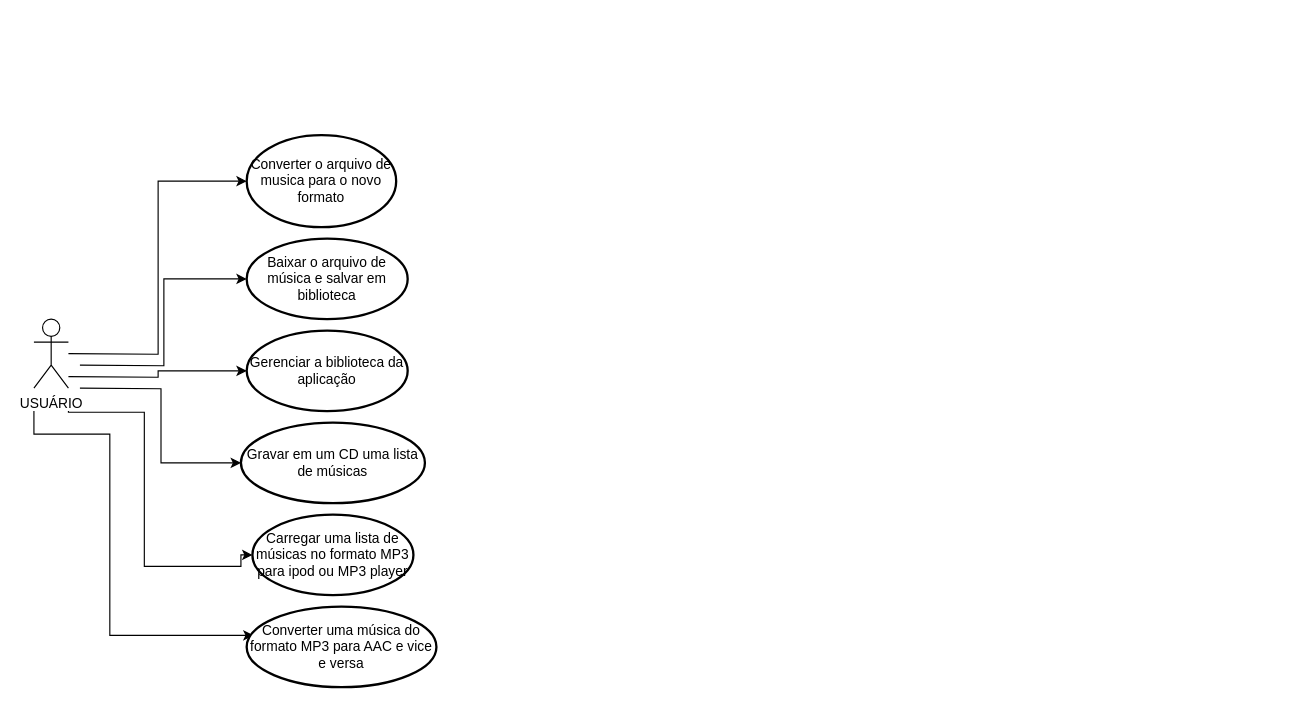
The draw.io diagram Diagrama sem nome.drawio in Valentethedev/Diagramas-drawio, before the edit. Source tidied: cells renumbered, new cells numbered last; positions are measured from the earlier drawing's top-left corner, leaving out a move shared by most shapes. Both pictures are drawn from the tidied source at 115%, with x=0, y=0 at pixel (33, 135).
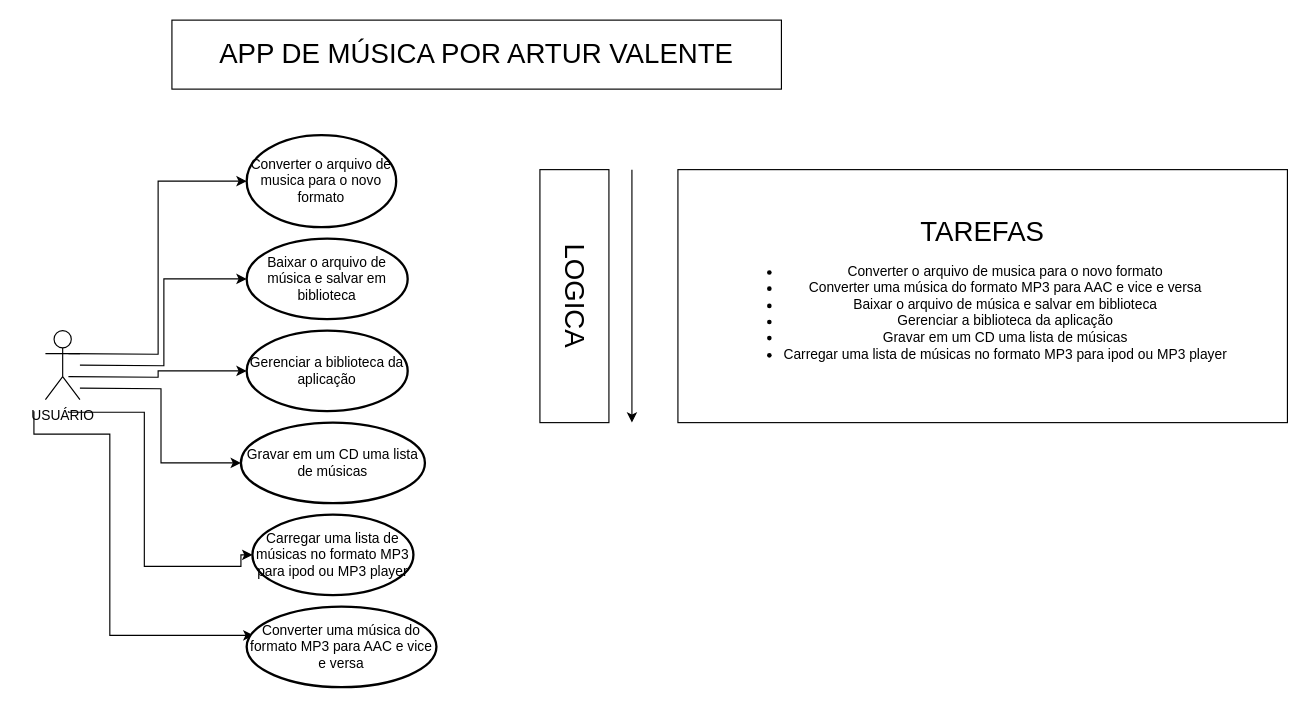
Above is the later version.

What changed in the source:
```diff
@@
-    <mxCell id="2" value="USUÁRIO" style="shape=umlActor;verticalLabelPosition=bottom;verticalAlign=top;html=1;" parent="1" vertex="1">
-      <mxGeometry y="160" width="30" height="60" as="geometry" />
-    </mxCell>
@@
+    <mxCell id="2" value="USUÁRIO" style="shape=umlActor;verticalLabelPosition=bottom;verticalAlign=top;html=1;" parent="1" vertex="1">
+      <mxGeometry x="10" y="170" width="30" height="60" as="geometry" />
+    </mxCell>
+    <mxCell id="15" value="&lt;font style=&quot;font-size: 24px;&quot;&gt;APP DE MÚSICA POR ARTUR VALENTE&lt;/font&gt;" style="rounded=0;whiteSpace=wrap;html=1;" parent="1" vertex="1">
+      <mxGeometry x="120" y="-100" width="530" height="60" as="geometry" />
+    </mxCell>
+    <mxCell id="16" value="&lt;div style=&quot;&quot;&gt;&lt;span style=&quot;font-size: 24px;&quot;&gt;TAREFAS&lt;/span&gt;&lt;/div&gt;&lt;div style=&quot;&quot;&gt;&lt;ul&gt;&lt;li&gt;Converter o arquivo de musica para o novo formato&lt;/li&gt;&lt;li&gt;Converter uma música do formato MP3 para AAC e vice e versa&lt;/li&gt;&lt;li&gt;Baixar o arquivo de música e salvar em biblioteca&lt;/li&gt;&lt;li&gt;Gerenciar a biblioteca da aplicação&lt;/li&gt;&lt;li&gt;Gravar em um CD uma lista de músicas&lt;/li&gt;&lt;li&gt;Carregar uma lista de músicas no formato MP3 para ipod ou MP3 player&lt;/li&gt;&lt;/ul&gt;&lt;/div&gt;" style="rounded=0;whiteSpace=wrap;html=1;" parent="1" vertex="1">
+      <mxGeometry x="560" y="30" width="530" height="220" as="geometry" />
+    </mxCell>
+    <mxCell id="17" value="&lt;span style=&quot;font-size: 24px;&quot;&gt;LOGICA&lt;/span&gt;" style="rounded=0;whiteSpace=wrap;html=1;rotation=90;" parent="1" vertex="1">
+      <mxGeometry x="360" y="110" width="220" height="60" as="geometry" />
+    </mxCell>
+    <mxCell id="18" style="endArrow=classic;html=1;rounded=0;" parent="1" edge="1">
+      <mxGeometry relative="1" as="geometry">
+        <mxPoint x="520" y="30" as="sourcePoint" />
+        <mxPoint x="520" y="250" as="targetPoint" />
+      </mxGeometry>
+    </mxCell>
```
